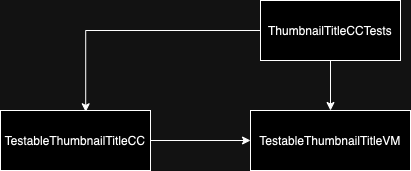
hiren9697/MavelSample keeps this draw.io diagram as MarvelSampleTests/Tests/ThumbnailTitleCC/ThumbnailTitleCCTests.drawio.png. Above is the earlier version. Source tidied: cells renumbered, new cells last; positions are measured from the earlier drawing's top-left corner, leaving out a move shared by most shapes.
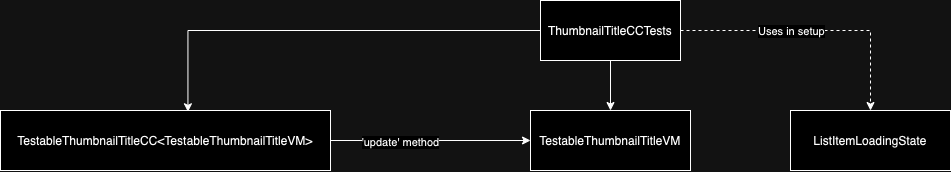
The same file after the commit.

The edit, as a diff of the source:
```diff
@@ -5,20 +5,32 @@
     <mxCell id="2" style="edgeStyle=orthogonalEdgeStyle;rounded=0;jettySize=auto;html=1;entryX=0.5;entryY=0;entryDx=0;entryDy=0;" parent="1" edge="1" source="3" target="6">
       <mxGeometry relative="1" as="geometry" />
     </mxCell>
+    <mxCell id="8" style="edgeStyle=orthogonalEdgeStyle;rounded=0;jettySize=auto;html=1;entryX=0.5;entryY=0;entryDx=0;entryDy=0;dashed=1;" parent="1" edge="1" source="3" target="14">
+      <mxGeometry relative="1" as="geometry" />
+    </mxCell>
+    <mxCell id="9" value="Uses in setup" style="edgeLabel;html=1;align=center;verticalAlign=middle;" parent="8" vertex="1">
+      <mxGeometry x="-0.18" y="-1" relative="1" as="geometry" />
+    </mxCell>
     <mxCell id="3" value="ThumbnailTitleCCTests" style="rounded=0;whiteSpace=wrap;html=1;" parent="1" vertex="1">
       <mxGeometry x="260" width="140" height="60" as="geometry" />
     </mxCell>
-    <mxCell id="4" style="edgeStyle=orthogonalEdgeStyle;rounded=0;jettySize=auto;html=1;" parent="1" edge="1" source="5" target="6">
-      <mxGeometry relative="1" as="geometry" />
-    </mxCell>
-    <mxCell id="5" value="TestableThumbnailTitleCC" style="rounded=0;whiteSpace=wrap;html=1;" parent="1" vertex="1">
-      <mxGeometry y="110" width="150" height="60" as="geometry" />
-    </mxCell>
+    <mxCell id="10" style="edgeStyle=orthogonalEdgeStyle;rounded=0;jettySize=auto;html=1;" parent="1" edge="1" source="12" target="6">
+      <mxGeometry relative="1" as="geometry" />
+    </mxCell>
+    <mxCell id="11" value="'update' method" style="edgeLabel;html=1;align=center;verticalAlign=middle;" parent="10" vertex="1">
+      <mxGeometry x="-0.3" y="-2" relative="1" as="geometry" />
+    </mxCell>
+    <mxCell id="12" value="TestableThumbnailTitleCC&amp;lt;TestableThumbnailTitleVM&amp;gt;" style="rounded=0;whiteSpace=wrap;html=1;" parent="1" vertex="1">
+      <mxGeometry x="-280" y="110" width="330" height="60" as="geometry" />
+    </mxCell>
     <mxCell id="6" value="TestableThumbnailTitleVM" style="rounded=0;whiteSpace=wrap;html=1;" parent="1" vertex="1">
       <mxGeometry x="250" y="110" width="160" height="60" as="geometry" />
     </mxCell>
-    <mxCell id="7" style="edgeStyle=orthogonalEdgeStyle;rounded=0;jettySize=auto;html=1;entryX=0.568;entryY=0.022;entryDx=0;entryDy=0;entryPerimeter=0;" parent="1" edge="1" source="3" target="5">
-      <mxGeometry relative="1" as="geometry" />
-    </mxCell>
+    <mxCell id="13" style="edgeStyle=orthogonalEdgeStyle;rounded=0;jettySize=auto;html=1;entryX=0.568;entryY=0.022;entryDx=0;entryDy=0;entryPerimeter=0;" parent="1" edge="1" source="3" target="12">
+      <mxGeometry relative="1" as="geometry" />
+    </mxCell>
+    <mxCell id="14" value="ListItemLoadingState" style="rounded=0;whiteSpace=wrap;html=1;" parent="1" vertex="1">
+      <mxGeometry x="510" y="110" width="160" height="60" as="geometry" />
+    </mxCell>
   </root>
 </mxGraphModel>
```
